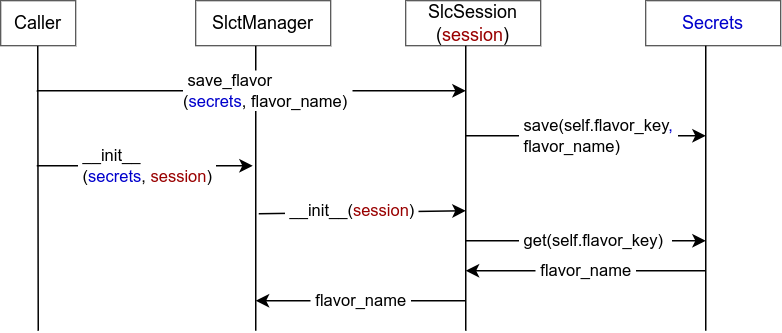
Before: doc/user_guide/slct-manager-parameters.drawio.png, a diagram exported from draw.io (exasol/notebook-connector). Source tidied: cells renumbered, new cells last; positions are measured from the earlier drawing's top-left corner, leaving out a move shared by most shapes.
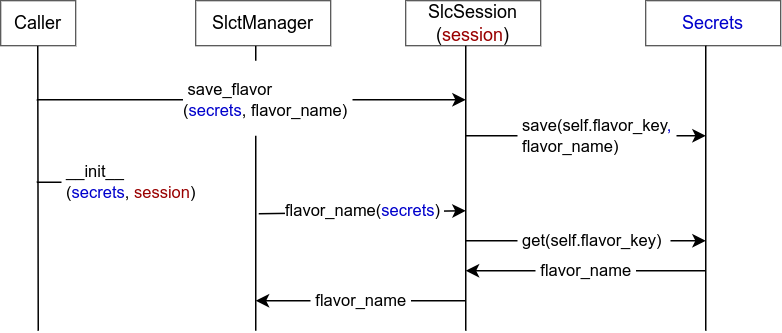
After the commit.

Commit message:
Updated wording and figure in User Guide.

Diff of the diagram source:
```diff
@@ -2,6 +2,15 @@
   <root>
     <mxCell id="0" />
     <mxCell id="1" parent="0" />
+    <mxCell id="4" style="endArrow=none;html=1;rounded=0;" parent="1" edge="1">
+      <mxGeometry relative="1" as="geometry">
+        <mxPoint x="170" y="220" as="sourcePoint" />
+        <mxPoint x="170" y="30" as="targetPoint" />
+      </mxGeometry>
+    </mxCell>
+    <mxCell id="17" style="rounded=0;whiteSpace=wrap;html=1;strokeColor=none;" parent="1" vertex="1">
+      <mxGeometry x="160" y="40" width="30" height="50" as="geometry" />
+    </mxCell>
     <mxCell id="2" style="endArrow=none;html=1;rounded=0;" parent="1" edge="1">
       <mxGeometry relative="1" as="geometry">
         <mxPoint x="25" y="220" as="sourcePoint" />
@@ -11,12 +20,6 @@
     <mxCell id="3" value="Caller" style="rounded=0;whiteSpace=wrap;html=1;strokeWidth=0.5;" parent="1" vertex="1">
       <mxGeometry width="50" height="30" as="geometry" />
     </mxCell>
-    <mxCell id="4" style="endArrow=none;html=1;rounded=0;" parent="1" edge="1">
-      <mxGeometry relative="1" as="geometry">
-        <mxPoint x="170" y="220" as="sourcePoint" />
-        <mxPoint x="170" y="30" as="targetPoint" />
-      </mxGeometry>
-    </mxCell>
     <mxCell id="5" value="SlctManager" style="rounded=0;whiteSpace=wrap;html=1;strokeWidth=0.5;fontFamily=Helvetica;" parent="1" vertex="1">
       <mxGeometry x="130" width="90" height="30" as="geometry" />
     </mxCell>
@@ -31,11 +34,11 @@
     </mxCell>
     <mxCell id="8" value="&lt;span style=&quot;&quot;&gt;&amp;nbsp;__init__&lt;br&gt;&amp;nbsp;(&lt;font style=&quot;color: rgb(0, 0, 204);&quot;&gt;secrets&lt;/font&gt;,&amp;nbsp;&lt;/span&gt;&lt;font style=&quot;color: rgb(153, 0, 0);&quot;&gt;session&lt;/font&gt;&lt;span style=&quot;&quot;&gt;)&amp;nbsp;&lt;/span&gt;" style="endArrow=classic;html=1;rounded=0;align=left;" parent="1" edge="1">
       <mxGeometry x="-0.64" relative="1" as="geometry">
-        <mxPoint x="24" y="110" as="sourcePoint" />
-        <mxPoint x="168" y="110" as="targetPoint" />
+        <mxPoint x="24" y="121" as="sourcePoint" />
+        <mxPoint x="108" y="121" as="targetPoint" />
       </mxGeometry>
     </mxCell>
-    <mxCell id="9" value="&amp;nbsp;__init__(&lt;font style=&quot;color: rgb(153, 0, 0);&quot;&gt;session&lt;/font&gt;)&amp;nbsp;" style="endArrow=classic;html=1;rounded=0;align=left;" parent="1" edge="1">
+    <mxCell id="9" value="flavor_name(&lt;font style=&quot;color: rgb(0, 0, 204);&quot;&gt;secrets&lt;/font&gt;)&amp;nbsp;" style="endArrow=classic;html=1;rounded=0;align=left;" parent="1" edge="1">
       <mxGeometry x="-0.76" y="2" relative="1" as="geometry">
         <mxPoint x="172" y="142" as="sourcePoint" />
         <mxPoint x="310" y="140" as="targetPoint" />
@@ -49,8 +52,8 @@
     </mxCell>
     <mxCell id="11" value="&amp;nbsp;save_flavor&lt;br&gt;(&lt;font style=&quot;color: rgb(0, 0, 204);&quot;&gt;secrets&lt;/font&gt;, flavor_name)&amp;nbsp;" style="endArrow=classic;html=1;rounded=0;align=left;" parent="1" edge="1">
       <mxGeometry x="-0.33" relative="1" as="geometry">
-        <mxPoint x="24" y="60" as="sourcePoint" />
-        <mxPoint x="310" y="60" as="targetPoint" />
+        <mxPoint x="24" y="66" as="sourcePoint" />
+        <mxPoint x="310" y="66" as="targetPoint" />
       </mxGeometry>
     </mxCell>
     <mxCell id="12" value="SlcSession&lt;br&gt;(&lt;font style=&quot;color: rgb(153, 0, 0);&quot;&gt;session&lt;/font&gt;)" style="rounded=0;whiteSpace=wrap;html=1;strokeWidth=0.5;fontFamily=Helvetica;" parent="1" vertex="1">
```
